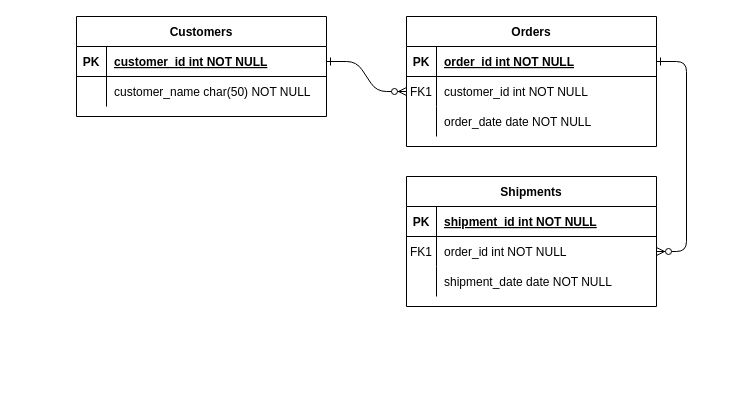
This is Week_5/mar30_2021_lecture.drawio from itspladd/lighthouse-web-notes, a draw.io file, before an edit. Source tidied: cells renumbered, new cells numbered last; positions are measured from the earlier drawing's top-left corner, leaving out a move shared by most shapes. Both pictures are drawn from the tidied source at 100%, with x=0, y=0 at pixel (76, 16).
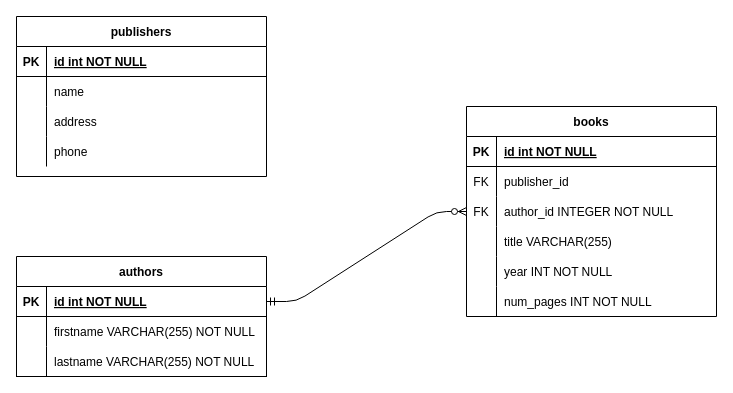
Above is the later version.

The change refers to these unchanged cells:
```xml
<mxCell id="5" style="shape=partialRectangle;fillColor=none;points=[[0,0.5],[1,0.5]];portConstraint=eastwest;top=0;left=0;right=0;bottom=1;" parent="4" vertex="1">
  <mxGeometry y="30" width="250" height="30" as="geometry" />
</mxCell>
<mxCell id="15" style="shape=partialRectangle;fillColor=none;top=0;left=0;right=0;bottom=1;" parent="14" vertex="1">
  <mxGeometry y="30" width="250" height="30" as="geometry" />
</mxCell>
<mxCell id="25" style="shape=partialRectangle;fillColor=none;points=[[0,0.5],[1,0.5]];portConstraint=eastwest;top=0;left=0;right=0;bottom=1;" parent="24" vertex="1">
  <mxGeometry y="30" width="250" height="30" as="geometry" />
</mxCell>
```

Diff of the diagram source:
```diff
@@
-    <mxCell id="2" style="edgeStyle=entityRelationEdgeStyle;endArrow=ERzeroToMany;startArrow=ERone;endFill=1;startFill=0;" parent="1" edge="1" source="25" target="8">
-      <mxGeometry relative="1" as="geometry" />
-    </mxCell>
-    <mxCell id="3" style="edgeStyle=entityRelationEdgeStyle;endArrow=ERzeroToMany;startArrow=ERone;endFill=1;startFill=0;" parent="1" edge="1" source="5" target="18">
-      <mxGeometry relative="1" as="geometry" />
-    </mxCell>
-    <mxCell id="4" value="Orders" style="shape=table;startSize=30;childLayout=tableLayout;rowLines=0;fontStyle=1;align=center;" parent="1" vertex="1">
-      <mxGeometry x="330" width="250" height="130" as="geometry" />
+    <mxCell id="4" value="authors" style="shape=table;startSize=30;childLayout=tableLayout;rowLines=0;fontStyle=1;align=center;" parent="1" vertex="1">
+      <mxGeometry x="-60" y="240" width="250" height="120" as="geometry" />
     </mxCell>
@@
-    <mxCell id="7" value="order_id int NOT NULL " style="shape=partialRectangle;overflow=hidden;fillColor=none;top=0;left=0;bottom=0;right=0;align=left;spacingLeft=6;fontStyle=5;" parent="5" vertex="1">
+    <mxCell id="7" value="id int NOT NULL " style="shape=partialRectangle;overflow=hidden;fillColor=none;top=0;left=0;bottom=0;right=0;align=left;spacingLeft=6;fontStyle=5;" parent="5" vertex="1">
       <mxGeometry x="30" width="220" height="30" as="geometry" />
     </mxCell>
-    <mxCell id="8" style="shape=partialRectangle;fillColor=none;points=[[0,0.5],[1,0.5]];portConstraint=eastwest;top=0;left=0;right=0;bottom=0;" parent="4" vertex="1">
-      <mxGeometry y="60" width="250" height="30" as="geometry" />
-    </mxCell>
-    <mxCell id="9" value="FK1" style="shape=partialRectangle;overflow=hidden;fillColor=none;top=0;left=0;bottom=0;right=0;" parent="8" vertex="1">
-      <mxGeometry width="30" height="30" as="geometry" />
-    </mxCell>
-    <mxCell id="10" value="customer_id int NOT NULL" style="shape=partialRectangle;overflow=hidden;fillColor=none;top=0;left=0;bottom=0;right=0;align=left;spacingLeft=6;" parent="8" vertex="1">
-      <mxGeometry x="30" width="220" height="30" as="geometry" />
-    </mxCell>
     <mxCell id="11" style="shape=partialRectangle;fillColor=none;top=0;left=0;right=0;bottom=0;" parent="4" vertex="1">
-      <mxGeometry y="90" width="250" height="30" as="geometry" />
+      <mxGeometry y="60" width="250" height="30" as="geometry" />
     </mxCell>
@@
-    <mxCell id="13" value="order_date date NOT NULL" style="shape=partialRectangle;overflow=hidden;fillColor=none;top=0;left=0;bottom=0;right=0;align=left;spacingLeft=6;" parent="11" vertex="1">
+    <mxCell id="13" value="firstname VARCHAR(255) NOT NULL" style="shape=partialRectangle;overflow=hidden;fillColor=none;top=0;left=0;bottom=0;right=0;align=left;spacingLeft=6;" parent="11" vertex="1">
       <mxGeometry x="30" width="220" height="30" as="geometry" />
     </mxCell>
+    <mxCell id="31" style="shape=partialRectangle;fillColor=none;top=0;left=0;bottom=1;right=0;" parent="4" vertex="1">
+      <mxGeometry y="90" width="250" height="30" as="geometry" />
+    </mxCell>
+    <mxCell id="32" style="shape=partialRectangle;fillColor=none;top=0;left=0;bottom=0;right=0;fontStyle=1;overflow=hidden;" parent="31" vertex="1">
+      <mxGeometry width="30" height="30" as="geometry" />
+    </mxCell>
+    <mxCell id="33" value="lastname VARCHAR(255) NOT NULL" style="shape=partialRectangle;fillColor=none;top=0;left=0;bottom=0;right=0;align=left;spacingLeft=6;fontStyle=0;overflow=hidden;" parent="31" vertex="1">
+      <mxGeometry x="30" width="220" height="30" as="geometry" />
+    </mxCell>
-    <mxCell id="14" value="Shipments" style="shape=table;startSize=30;childLayout=tableLayout;rowLines=0;fontStyle=1;align=center;" parent="1" vertex="1">
-      <mxGeometry x="330" y="160" width="250" height="130" as="geometry" />
+    <mxCell id="14" value="publishers" style="shape=table;startSize=30;childLayout=tableLayout;rowLines=0;fontStyle=1;align=center;" parent="1" vertex="1">
+      <mxGeometry x="-60" width="250" height="160" as="geometry" />
     </mxCell>
@@
-    <mxCell id="17" value="shipment_id int NOT NULL " style="shape=partialRectangle;overflow=hidden;fillColor=none;top=0;left=0;bottom=0;right=0;align=left;spacingLeft=6;fontStyle=5;" parent="15" vertex="1">
+    <mxCell id="17" value="id int NOT NULL " style="shape=partialRectangle;overflow=hidden;fillColor=none;top=0;left=0;bottom=0;right=0;align=left;spacingLeft=6;fontStyle=5;" parent="15" vertex="1">
       <mxGeometry x="30" width="220" height="30" as="geometry" />
     </mxCell>
-    <mxCell id="18" style="shape=partialRectangle;fillColor=none;points=[[0,0.5],[1,0.5]];portConstraint=eastwest;top=0;left=0;right=0;bottom=0;" parent="14" vertex="1">
-      <mxGeometry y="60" width="250" height="30" as="geometry" />
-    </mxCell>
-    <mxCell id="19" value="FK1" style="shape=partialRectangle;overflow=hidden;fillColor=none;top=0;left=0;bottom=0;right=0;" parent="18" vertex="1">
-      <mxGeometry width="30" height="30" as="geometry" />
-    </mxCell>
-    <mxCell id="20" value="order_id int NOT NULL" style="shape=partialRectangle;overflow=hidden;fillColor=none;top=0;left=0;bottom=0;right=0;align=left;spacingLeft=6;" parent="18" vertex="1">
-      <mxGeometry x="30" width="220" height="30" as="geometry" />
-    </mxCell>
     <mxCell id="21" style="shape=partialRectangle;fillColor=none;top=0;left=0;right=0;bottom=0;" parent="14" vertex="1">
-      <mxGeometry y="90" width="250" height="30" as="geometry" />
+      <mxGeometry y="60" width="250" height="30" as="geometry" />
     </mxCell>
@@
-    <mxCell id="23" value="shipment_date date NOT NULL" style="shape=partialRectangle;overflow=hidden;fillColor=none;top=0;left=0;bottom=0;right=0;align=left;spacingLeft=6;" parent="21" vertex="1">
+    <mxCell id="23" value="name" style="shape=partialRectangle;overflow=hidden;fillColor=none;top=0;left=0;bottom=0;right=0;align=left;spacingLeft=6;" parent="21" vertex="1">
       <mxGeometry x="30" width="220" height="30" as="geometry" />
     </mxCell>
+    <mxCell id="34" style="shape=partialRectangle;fillColor=none;top=0;left=0;right=0;bottom=0;" parent="14" vertex="1">
+      <mxGeometry y="90" width="250" height="30" as="geometry" />
+    </mxCell>
+    <mxCell id="35" style="shape=partialRectangle;overflow=hidden;fillColor=none;top=0;left=0;bottom=0;right=0;" parent="34" vertex="1">
+      <mxGeometry width="30" height="30" as="geometry" />
+    </mxCell>
+    <mxCell id="36" value="address" style="shape=partialRectangle;overflow=hidden;fillColor=none;top=0;left=0;bottom=0;right=0;align=left;spacingLeft=6;" parent="34" vertex="1">
+      <mxGeometry x="30" width="220" height="30" as="geometry" />
+    </mxCell>
+    <mxCell id="37" style="shape=partialRectangle;fillColor=none;top=0;left=0;right=0;bottom=0;" parent="14" vertex="1">
+      <mxGeometry y="120" width="250" height="30" as="geometry" />
+    </mxCell>
+    <mxCell id="38" style="shape=partialRectangle;overflow=hidden;fillColor=none;top=0;left=0;bottom=0;right=0;" parent="37" vertex="1">
+      <mxGeometry width="30" height="30" as="geometry" />
+    </mxCell>
+    <mxCell id="39" value="phone" style="shape=partialRectangle;overflow=hidden;fillColor=none;top=0;left=0;bottom=0;right=0;align=left;spacingLeft=6;" parent="37" vertex="1">
+      <mxGeometry x="30" width="220" height="30" as="geometry" />
+    </mxCell>
-    <mxCell id="24" value="Customers" style="shape=table;startSize=30;childLayout=tableLayout;rowLines=0;fontStyle=1;align=center;" parent="1" vertex="1">
-      <mxGeometry width="250" height="100" as="geometry" />
+    <mxCell id="24" value="books" style="shape=table;startSize=30;childLayout=tableLayout;rowLines=0;fontStyle=1;align=center;" parent="1" vertex="1">
+      <mxGeometry x="390" y="90" width="250" height="210" as="geometry" />
     </mxCell>
@@
-    <mxCell id="27" value="customer_id int NOT NULL " style="shape=partialRectangle;overflow=hidden;fillColor=none;top=0;left=0;bottom=0;right=0;align=left;spacingLeft=6;fontStyle=5;" parent="25" vertex="1">
+    <mxCell id="27" value="id int NOT NULL " style="shape=partialRectangle;overflow=hidden;fillColor=none;top=0;left=0;bottom=0;right=0;align=left;spacingLeft=6;fontStyle=5;" parent="25" vertex="1">
       <mxGeometry x="30" width="220" height="30" as="geometry" />
     </mxCell>
+    <mxCell id="40" style="shape=partialRectangle;fillColor=none;top=0;left=0;bottom=0;right=0;" parent="24" vertex="1">
+      <mxGeometry y="60" width="250" height="30" as="geometry" />
+    </mxCell>
+    <mxCell id="41" value="FK" style="shape=partialRectangle;fillColor=none;top=0;left=0;bottom=0;right=0;overflow=hidden;" parent="40" vertex="1">
+      <mxGeometry width="30" height="30" as="geometry" />
+    </mxCell>
+    <mxCell id="42" value="publisher_id" style="shape=partialRectangle;fillColor=none;top=0;left=0;bottom=0;right=0;align=left;spacingLeft=6;overflow=hidden;" parent="40" vertex="1">
+      <mxGeometry x="30" width="220" height="30" as="geometry" />
+    </mxCell>
     <mxCell id="28" style="shape=partialRectangle;fillColor=none;points=[[0,0.5],[1,0.5]];portConstraint=eastwest;top=0;left=0;right=0;bottom=0;" parent="24" vertex="1">
-      <mxGeometry y="60" width="250" height="30" as="geometry" />
+      <mxGeometry y="90" width="250" height="30" as="geometry" />
     </mxCell>
-    <mxCell id="29" style="shape=partialRectangle;overflow=hidden;fillColor=none;top=0;left=0;bottom=0;right=0;" parent="28" vertex="1">
+    <mxCell id="29" value="FK" style="shape=partialRectangle;overflow=hidden;fillColor=none;top=0;left=0;bottom=0;right=0;" parent="28" vertex="1">
       <mxGeometry width="30" height="30" as="geometry" />
     </mxCell>
-    <mxCell id="30" value="customer_name char(50) NOT NULL" style="shape=partialRectangle;overflow=hidden;fillColor=none;top=0;left=0;bottom=0;right=0;align=left;spacingLeft=6;" parent="28" vertex="1">
+    <mxCell id="30" value="author_id INTEGER NOT NULL" style="shape=partialRectangle;overflow=hidden;fillColor=none;top=0;left=0;bottom=0;right=0;align=left;spacingLeft=6;" parent="28" vertex="1">
       <mxGeometry x="30" width="220" height="30" as="geometry" />
     </mxCell>
+    <mxCell id="43" style="shape=partialRectangle;fillColor=none;top=0;left=0;bottom=0;right=0;" parent="24" vertex="1">
+      <mxGeometry y="120" width="250" height="30" as="geometry" />
+    </mxCell>
+    <mxCell id="44" style="shape=partialRectangle;fillColor=none;top=0;left=0;bottom=0;right=0;overflow=hidden;" parent="43" vertex="1">
+      <mxGeometry width="30" height="30" as="geometry" />
+    </mxCell>
+    <mxCell id="45" value="title VARCHAR(255)" style="shape=partialRectangle;fillColor=none;top=0;left=0;bottom=0;right=0;align=left;spacingLeft=6;overflow=hidden;" parent="43" vertex="1">
+      <mxGeometry x="30" width="220" height="30" as="geometry" />
+    </mxCell>
+    <mxCell id="46" style="shape=partialRectangle;fillColor=none;top=0;left=0;bottom=0;right=0;" parent="24" vertex="1">
+      <mxGeometry y="150" width="250" height="30" as="geometry" />
+    </mxCell>
+    <mxCell id="47" style="shape=partialRectangle;fillColor=none;top=0;left=0;bottom=0;right=0;overflow=hidden;" parent="46" vertex="1">
+      <mxGeometry width="30" height="30" as="geometry" />
+    </mxCell>
+    <mxCell id="48" value="year INT NOT NULL" style="shape=partialRectangle;fillColor=none;top=0;left=0;bottom=0;right=0;align=left;spacingLeft=6;overflow=hidden;" parent="46" vertex="1">
+      <mxGeometry x="30" width="220" height="30" as="geometry" />
+    </mxCell>
+    <mxCell id="49" style="shape=partialRectangle;fillColor=none;top=0;left=0;bottom=0;right=0;" parent="24" vertex="1">
+      <mxGeometry y="180" width="250" height="30" as="geometry" />
+    </mxCell>
+    <mxCell id="50" style="shape=partialRectangle;fillColor=none;top=0;left=0;bottom=0;right=0;overflow=hidden;" parent="49" vertex="1">
+      <mxGeometry width="30" height="30" as="geometry" />
+    </mxCell>
+    <mxCell id="51" value="num_pages INT NOT NULL" style="shape=partialRectangle;fillColor=none;top=0;left=0;bottom=0;right=0;align=left;spacingLeft=6;overflow=hidden;" parent="49" vertex="1">
+      <mxGeometry x="30" width="220" height="30" as="geometry" />
+    </mxCell>
+    <mxCell id="52" style="edgeStyle=entityRelationEdgeStyle;fontSize=12;html=1;endArrow=ERzeroToMany;startArrow=ERmandOne;entryX=0;entryY=0.5;entryDx=0;entryDy=0;" parent="1" edge="1" source="5" target="28">
+      <mxGeometry relative="1" as="geometry" />
+    </mxCell>
```
